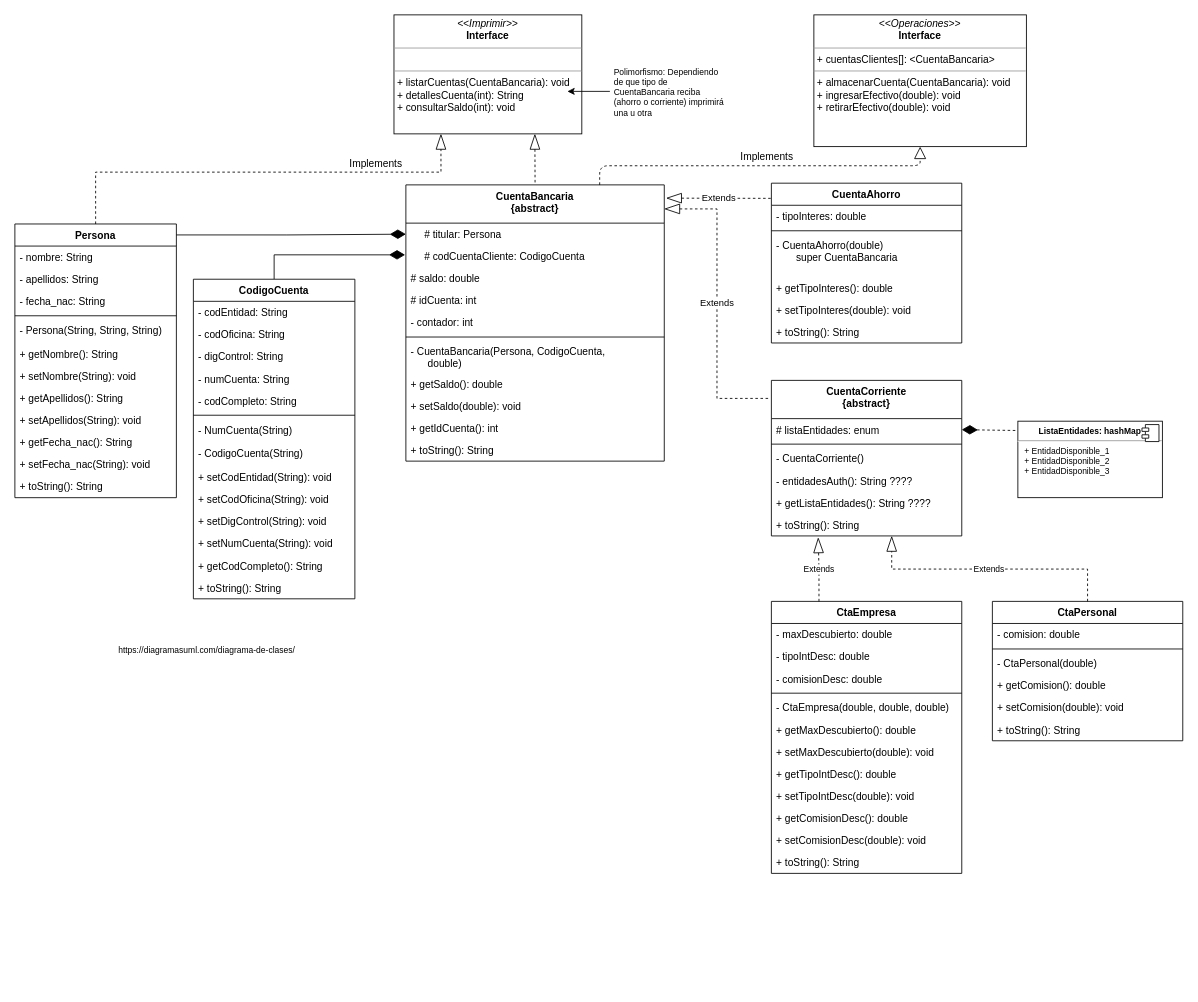
victorvisus/PROG07_Clases-Avanzado keeps this draw.io diagram as PROG07.drawio. Above is the earlier version. Source tidied: cells renumbered, new cells numbered last; positions are measured from the earlier drawing's top-left corner, leaving out a move shared by most shapes. Both pictures are drawn from the tidied source at 85%, with x=0, y=0 at pixel (14, 14).
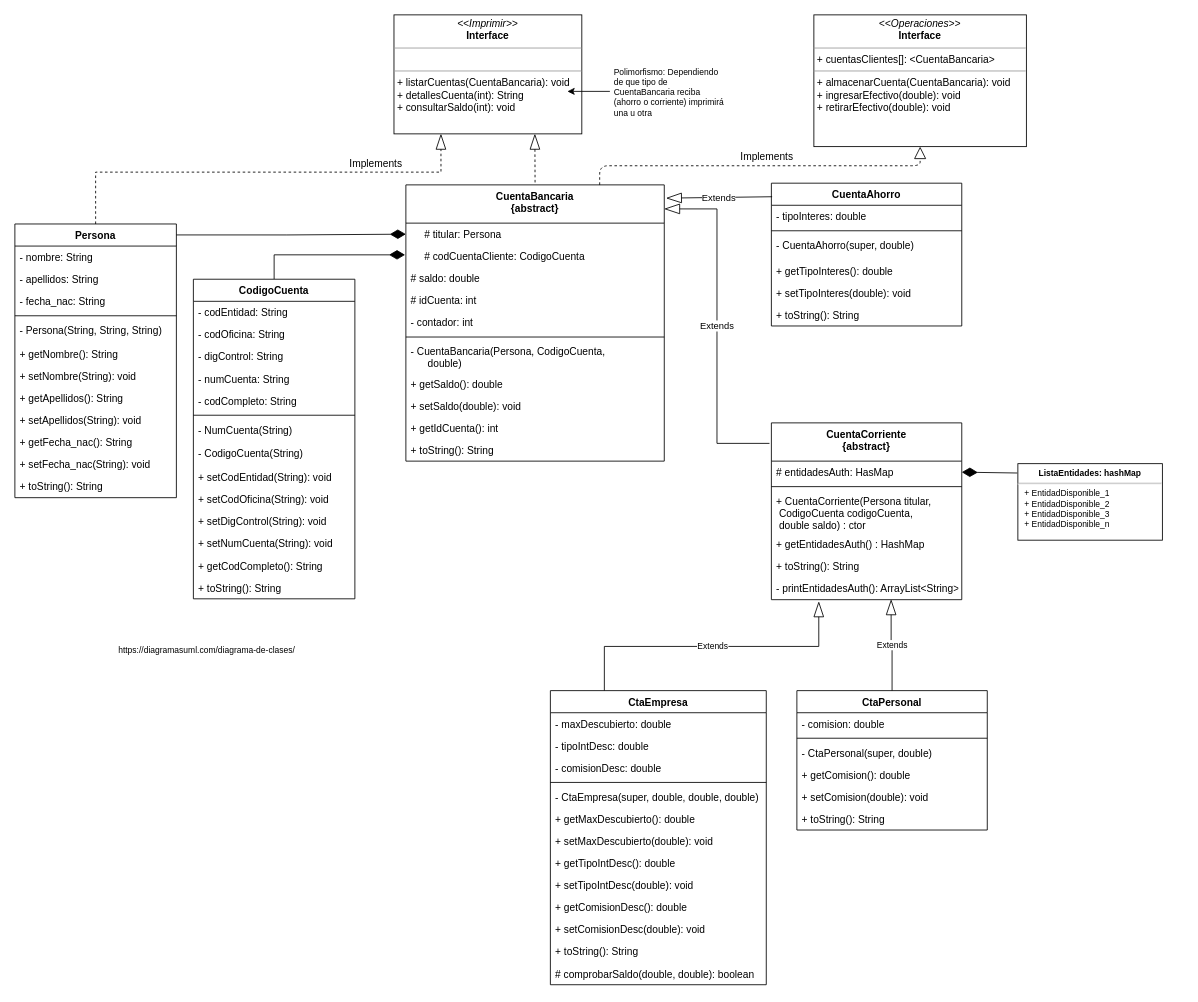
Above is the later version.

The change refers to these unchanged cells:
```xml
<mxCell id="19" value="CuentaBancaria&#10;{abstract}" style="swimlane;fontStyle=1;align=center;verticalAlign=top;horizontal=1;startSize=45;" parent="1" vertex="1">
  <mxGeometry x="460" y="200" width="304" height="325" as="geometry" />
</mxCell>
```

Diff of the diagram source:
```diff
@@
     <mxCell id="47" value="CuentaCorriente&#10;{abstract}" style="swimlane;fontStyle=1;align=center;verticalAlign=top;horizontal=1;startSize=45;" parent="1" vertex="1">
-      <mxGeometry x="890" y="430" width="224" height="183" as="geometry" />
+      <mxGeometry x="890" y="480" width="224" height="208" as="geometry" />
     </mxCell>
-    <mxCell id="48" value="# listaEntidades: enum" style="text;strokeColor=none;fillColor=none;align=left;verticalAlign=top;spacingLeft=4;spacingRight=4;overflow=hidden;points=[[0,0.5],[1,0.5]];portConstraint=eastwest;" parent="47" vertex="1">
+    <mxCell id="48" value="# entidadesAuth: HasMap" style="text;strokeColor=none;fillColor=none;align=left;verticalAlign=top;spacingLeft=4;spacingRight=4;overflow=hidden;points=[[0,0.5],[1,0.5]];portConstraint=eastwest;" parent="47" vertex="1">
       <mxGeometry y="45" width="224" height="26" as="geometry" />
     </mxCell>
@@
-    <mxCell id="50" value="- CuentaCorriente()" style="text;strokeColor=none;fillColor=none;align=left;verticalAlign=top;spacingLeft=4;spacingRight=4;overflow=hidden;" parent="47" vertex="1">
-      <mxGeometry y="79" width="224" height="26" as="geometry" />
+    <mxCell id="50" value="+ CuentaCorriente(Persona titular,&#10; CodigoCuenta codigoCuenta,&#10; double saldo) : ctor" style="text;strokeColor=none;fillColor=none;align=left;verticalAlign=top;spacingLeft=4;spacingRight=4;overflow=hidden;" parent="47" vertex="1">
+      <mxGeometry y="79" width="224" height="51" as="geometry" />
     </mxCell>
-    <mxCell id="51" value="- entidadesAuth(): String ????" style="text;strokeColor=none;fillColor=none;align=left;verticalAlign=top;spacingLeft=4;spacingRight=4;overflow=hidden;points=[[0,0.5],[1,0.5]];portConstraint=eastwest;fontSize=12;" parent="47" vertex="1">
-      <mxGeometry y="105" width="224" height="26" as="geometry" />
-    </mxCell>
-    <mxCell id="52" value="+ getListaEntidades(): String ????" style="text;strokeColor=none;fillColor=none;align=left;verticalAlign=top;spacingLeft=4;spacingRight=4;overflow=hidden;" parent="47" vertex="1">
-      <mxGeometry y="131" width="224" height="26" as="geometry" />
+    <mxCell id="52" value="+ getEntidadesAuth() : HashMap" style="text;strokeColor=none;fillColor=none;align=left;verticalAlign=top;spacingLeft=4;spacingRight=4;overflow=hidden;" parent="47" vertex="1">
+      <mxGeometry y="130" width="224" height="26" as="geometry" />
     </mxCell>
     <mxCell id="53" value="+ toString(): String" style="text;strokeColor=none;fillColor=none;align=left;verticalAlign=top;spacingLeft=4;spacingRight=4;overflow=hidden;points=[[0,0.5],[1,0.5]];portConstraint=eastwest;" parent="47" vertex="1">
-      <mxGeometry y="157" width="224" height="26" as="geometry" />
+      <mxGeometry y="156" width="224" height="26" as="geometry" />
     </mxCell>
+    <mxCell id="51" value="- printEntidadesAuth(): ArrayList&lt;String&gt;" style="text;strokeColor=none;fillColor=none;align=left;verticalAlign=top;spacingLeft=4;spacingRight=4;overflow=hidden;points=[[0,0.5],[1,0.5]];portConstraint=eastwest;fontSize=12;" parent="47" vertex="1">
+      <mxGeometry y="182" width="224" height="26" as="geometry" />
+    </mxCell>
     <mxCell id="54" value="CuentaAhorro" style="swimlane;fontStyle=1;align=center;verticalAlign=top;horizontal=1;startSize=26;" parent="1" vertex="1">
-      <mxGeometry x="890" y="198" width="224" height="188" as="geometry" />
+      <mxGeometry x="890" y="198" width="224" height="168" as="geometry" />
     </mxCell>
@@
-    <mxCell id="57" value="- CuentaAhorro(double)&#10;       super CuentaBancaria" style="text;strokeColor=none;fillColor=none;align=left;verticalAlign=top;spacingLeft=4;spacingRight=4;overflow=hidden;" parent="54" vertex="1">
-      <mxGeometry y="60" width="224" height="50" as="geometry" />
+    <mxCell id="57" value="- CuentaAhorro(super, double)" style="text;strokeColor=none;fillColor=none;align=left;verticalAlign=top;spacingLeft=4;spacingRight=4;overflow=hidden;" parent="54" vertex="1">
+      <mxGeometry y="60" width="224" height="30" as="geometry" />
     </mxCell>
     <mxCell id="58" value="+ getTipoInteres(): double" style="text;strokeColor=none;fillColor=none;align=left;verticalAlign=top;spacingLeft=4;spacingRight=4;overflow=hidden;" parent="54" vertex="1">
-      <mxGeometry y="110" width="224" height="26" as="geometry" />
+      <mxGeometry y="90" width="224" height="26" as="geometry" />
     </mxCell>
     <mxCell id="59" value="+ setTipoInteres(double): void" style="text;strokeColor=none;fillColor=none;align=left;verticalAlign=top;spacingLeft=4;spacingRight=4;overflow=hidden;" parent="54" vertex="1">
-      <mxGeometry y="136" width="224" height="26" as="geometry" />
+      <mxGeometry y="116" width="224" height="26" as="geometry" />
     </mxCell>
-    <mxCell id="60" value="+ toString(): String" style="text;strokeColor=none;fillColor=none;align=left;verticalAlign=top;spacingLeft=4;spacingRight=4;overflow=hidden;" parent="54" vertex="1">
-      <mxGeometry y="162" width="224" height="26" as="geometry" />
+    <mxCell id="60" value="+ toString(): String" style="text;fillColor=none;align=left;verticalAlign=top;spacingLeft=4;spacingRight=4;overflow=hidden;strokeWidth=1;perimeterSpacing=0;" parent="54" vertex="1">
+      <mxGeometry y="142" width="224" height="26" as="geometry" />
     </mxCell>
@@
-    <mxCell id="63" value="Extends" style="endArrow=none;endSize=16;endFill=0;html=1;strokeColor=#000000;strokeWidth=1;fontColor=#000000;rounded=0;exitX=1;exitY=0.087;exitDx=0;exitDy=0;startArrow=blockThin;startFill=0;startSize=16;dashed=1;exitPerimeter=0;edgeStyle=elbowEdgeStyle;entryX=-0.01;entryY=0.116;entryDx=0;entryDy=0;entryPerimeter=0;" parent="1" edge="1" source="19" target="47">
+    <mxCell id="63" value="Extends" style="endArrow=none;endSize=16;endFill=0;html=1;strokeColor=#000000;strokeWidth=1;fontColor=#000000;rounded=0;exitX=1;exitY=0.087;exitDx=0;exitDy=0;startArrow=blockThin;startFill=0;startSize=16;exitPerimeter=0;edgeStyle=elbowEdgeStyle;entryX=-0.01;entryY=0.116;entryDx=0;entryDy=0;entryPerimeter=0;" parent="1" edge="1" source="19" target="47">
       <mxGeometry relative="1" as="geometry" />
     </mxCell>
-    <mxCell id="64" value="Extends" style="endArrow=none;endSize=16;endFill=0;html=1;strokeColor=#000000;strokeWidth=1;fontColor=#000000;rounded=0;elbow=vertical;exitX=1.007;exitY=0.048;exitDx=0;exitDy=0;startArrow=blockThin;startFill=0;startSize=16;dashed=1;exitPerimeter=0;entryX=0.004;entryY=0.095;entryDx=0;entryDy=0;entryPerimeter=0;" parent="1" edge="1" source="19" target="54">
+    <mxCell id="64" value="Extends" style="endArrow=none;endSize=16;endFill=0;html=1;strokeColor=#000000;strokeWidth=1;fontColor=#000000;rounded=0;elbow=vertical;exitX=1.007;exitY=0.048;exitDx=0;exitDy=0;startArrow=blockThin;startFill=0;startSize=16;exitPerimeter=0;entryX=0.004;entryY=0.095;entryDx=0;entryDy=0;entryPerimeter=0;" parent="1" edge="1" source="19" target="54">
       <mxGeometry relative="1" as="geometry" />
     </mxCell>
@@
     <mxCell id="67" value="CtaPersonal" style="swimlane;fontStyle=1;align=center;verticalAlign=top;horizontal=1;startSize=26;" parent="1" vertex="1">
-      <mxGeometry x="1150" y="690" width="224" height="164" as="geometry" />
+      <mxGeometry x="920" y="795" width="224" height="164" as="geometry" />
     </mxCell>
@@
-    <mxCell id="70" value="- CtaPersonal(double)" style="text;strokeColor=none;fillColor=none;align=left;verticalAlign=top;spacingLeft=4;spacingRight=4;overflow=hidden;" parent="67" vertex="1">
+    <mxCell id="70" value="- CtaPersonal(super, double)" style="text;strokeColor=none;fillColor=none;align=left;verticalAlign=top;spacingLeft=4;spacingRight=4;overflow=hidden;" parent="67" vertex="1">
       <mxGeometry y="60" width="224" height="26" as="geometry" />
     </mxCell>
@@
     <mxCell id="74" value="CtaEmpresa" style="swimlane;fontStyle=1;align=center;verticalAlign=top;horizontal=1;startSize=26;" parent="1" vertex="1">
-      <mxGeometry x="890" y="690" width="224" height="320" as="geometry" />
+      <mxGeometry x="630" y="795" width="254" height="346" as="geometry" />
     </mxCell>
     <mxCell id="75" value="- maxDescubierto: double" style="text;strokeColor=none;fillColor=none;align=left;verticalAlign=top;spacingLeft=4;spacingRight=4;overflow=hidden;" parent="74" vertex="1">
-      <mxGeometry y="26" width="224" height="26" as="geometry" />
+      <mxGeometry y="26" width="254" height="26" as="geometry" />
     </mxCell>
     <mxCell id="76" value="- tipoIntDesc: double" style="text;strokeColor=none;fillColor=none;align=left;verticalAlign=top;spacingLeft=4;spacingRight=4;overflow=hidden;" parent="74" vertex="1">
-      <mxGeometry y="52" width="224" height="26" as="geometry" />
+      <mxGeometry y="52" width="254" height="26" as="geometry" />
     </mxCell>
     <mxCell id="77" value="- comisionDesc: double" style="text;strokeColor=none;fillColor=none;align=left;verticalAlign=top;spacingLeft=4;spacingRight=4;overflow=hidden;" parent="74" vertex="1">
-      <mxGeometry y="78" width="224" height="26" as="geometry" />
+      <mxGeometry y="78" width="254" height="26" as="geometry" />
     </mxCell>
     <mxCell id="78" style="line;strokeWidth=1;fillColor=none;align=left;verticalAlign=middle;spacingTop=-1;spacingLeft=3;spacingRight=3;labelPosition=right;" parent="74" vertex="1">
-      <mxGeometry y="104" width="224" height="8" as="geometry" />
+      <mxGeometry y="104" width="254" height="8" as="geometry" />
     </mxCell>
-    <mxCell id="79" value="- CtaEmpresa(double, double, double)" style="text;strokeColor=none;fillColor=none;align=left;verticalAlign=top;spacingLeft=4;spacingRight=4;overflow=hidden;" parent="74" vertex="1">
-      <mxGeometry y="112" width="224" height="26" as="geometry" />
+    <mxCell id="79" value="- CtaEmpresa(super, double, double, double)" style="text;strokeColor=none;fillColor=none;align=left;verticalAlign=top;spacingLeft=4;spacingRight=4;overflow=hidden;" parent="74" vertex="1">
+      <mxGeometry y="112" width="254" height="26" as="geometry" />
     </mxCell>
     <mxCell id="80" value="+ getMaxDescubierto(): double" style="text;strokeColor=none;fillColor=none;align=left;verticalAlign=top;spacingLeft=4;spacingRight=4;overflow=hidden;" parent="74" vertex="1">
-      <mxGeometry y="138" width="224" height="26" as="geometry" />
+      <mxGeometry y="138" width="254" height="26" as="geometry" />
     </mxCell>
     <mxCell id="81" value="+ setMaxDescubierto(double): void" style="text;strokeColor=none;fillColor=none;align=left;verticalAlign=top;spacingLeft=4;spacingRight=4;overflow=hidden;" parent="74" vertex="1">
-      <mxGeometry y="164" width="224" height="26" as="geometry" />
+      <mxGeometry y="164" width="254" height="26" as="geometry" />
     </mxCell>
     <mxCell id="82" value="+ getTipoIntDesc(): double" style="text;strokeColor=none;fillColor=none;align=left;verticalAlign=top;spacingLeft=4;spacingRight=4;overflow=hidden;" parent="74" vertex="1">
-      <mxGeometry y="190" width="224" height="26" as="geometry" />
+      <mxGeometry y="190" width="254" height="26" as="geometry" />
     </mxCell>
     <mxCell id="83" value="+ setTipoIntDesc(double): void" style="text;strokeColor=none;fillColor=none;align=left;verticalAlign=top;spacingLeft=4;spacingRight=4;overflow=hidden;" parent="74" vertex="1">
-      <mxGeometry y="216" width="224" height="26" as="geometry" />
+      <mxGeometry y="216" width="254" height="26" as="geometry" />
     </mxCell>
     <mxCell id="84" value="+ getComisionDesc(): double" style="text;strokeColor=none;fillColor=none;align=left;verticalAlign=top;spacingLeft=4;spacingRight=4;overflow=hidden;" parent="74" vertex="1">
-      <mxGeometry y="242" width="224" height="26" as="geometry" />
+      <mxGeometry y="242" width="254" height="26" as="geometry" />
     </mxCell>
     <mxCell id="85" value="+ setComisionDesc(double): void" style="text;strokeColor=none;fillColor=none;align=left;verticalAlign=top;spacingLeft=4;spacingRight=4;overflow=hidden;" parent="74" vertex="1">
-      <mxGeometry y="268" width="224" height="26" as="geometry" />
+      <mxGeometry y="268" width="254" height="26" as="geometry" />
     </mxCell>
     <mxCell id="86" value="+ toString(): String" style="text;strokeColor=none;fillColor=none;align=left;verticalAlign=top;spacingLeft=4;spacingRight=4;overflow=hidden;" parent="74" vertex="1">
-      <mxGeometry y="294" width="224" height="26" as="geometry" />
+      <mxGeometry y="294" width="254" height="26" as="geometry" />
     </mxCell>
+    <mxCell id="95" value="# comprobarSaldo(double, double): boolean" style="text;strokeColor=none;fillColor=none;align=left;verticalAlign=top;spacingLeft=4;spacingRight=4;overflow=hidden;" parent="74" vertex="1">
+      <mxGeometry y="320" width="254" height="26" as="geometry" />
+    </mxCell>
-    <mxCell id="87" value="Extends" style="endArrow=blockThin;endSize=16;endFill=0;html=1;dashed=1;fontSize=10;exitX=0.25;exitY=0;exitDx=0;exitDy=0;entryX=0.246;entryY=1.066;entryDx=0;entryDy=0;entryPerimeter=0;edgeStyle=elbowEdgeStyle;elbow=vertical;rounded=0;" parent="1" edge="1" source="74" target="53">
+    <mxCell id="87" value="Extends" style="endArrow=blockThin;endSize=16;endFill=0;html=1;fontSize=10;exitX=0.25;exitY=0;exitDx=0;exitDy=0;edgeStyle=elbowEdgeStyle;elbow=vertical;rounded=0;entryX=0.249;entryY=1.079;entryDx=0;entryDy=0;entryPerimeter=0;" parent="1" edge="1" source="74" target="51">
       <mxGeometry relative="1" as="geometry" />
     </mxCell>
-    <mxCell id="88" value="Extends" style="endArrow=blockThin;endSize=16;endFill=0;html=1;dashed=1;strokeColor=#000000;fontSize=10;entryX=0.632;entryY=1;entryDx=0;entryDy=0;entryPerimeter=0;exitX=0.5;exitY=0;exitDx=0;exitDy=0;edgeStyle=elbowEdgeStyle;elbow=vertical;rounded=0;" parent="1" edge="1" source="67" target="53">
+    <mxCell id="88" value="Extends" style="endArrow=blockThin;endSize=16;endFill=0;html=1;strokeColor=#000000;fontSize=10;exitX=0.5;exitY=0;exitDx=0;exitDy=0;edgeStyle=elbowEdgeStyle;elbow=vertical;rounded=0;entryX=0.629;entryY=0.987;entryDx=0;entryDy=0;entryPerimeter=0;" parent="1" edge="1" source="67" target="51">
       <mxGeometry relative="1" as="geometry" />
     </mxCell>
-    <mxCell id="89" value="&lt;p style=&quot;margin: 0px ; margin-top: 6px ; text-align: center&quot;&gt;&lt;b&gt;ListaEntidades: hashMap&lt;/b&gt;&lt;/p&gt;&lt;hr&gt;&lt;p style=&quot;margin: 0px ; margin-left: 8px&quot;&gt;+ EntidadDisponible_1&lt;/p&gt;&lt;p style=&quot;margin: 0px ; margin-left: 8px&quot;&gt;+ EntidadDisponible_2&lt;br&gt;&lt;/p&gt;&lt;p style=&quot;margin: 0px ; margin-left: 8px&quot;&gt;+ EntidadDisponible_3&lt;br&gt;&lt;/p&gt;" style="align=left;overflow=fill;html=1;fontSize=10;" parent="1" vertex="1">
-      <mxGeometry x="1180" y="478" width="170" height="90" as="geometry" />
+    <mxCell id="89" value="&lt;p style=&quot;margin: 0px ; margin-top: 6px ; text-align: center&quot;&gt;&lt;b&gt;ListaEntidades: hashMap&lt;/b&gt;&lt;/p&gt;&lt;hr&gt;&lt;p style=&quot;margin: 0px ; margin-left: 8px&quot;&gt;+ EntidadDisponible_1&lt;/p&gt;&lt;p style=&quot;margin: 0px ; margin-left: 8px&quot;&gt;+ EntidadDisponible_2&lt;br&gt;&lt;/p&gt;&lt;p style=&quot;margin: 0px ; margin-left: 8px&quot;&gt;+ EntidadDisponible_3&lt;br&gt;&lt;/p&gt;&lt;p style=&quot;margin: 0px ; margin-left: 8px&quot;&gt;+ EntidadDisponible_n&lt;/p&gt;" style="align=left;overflow=fill;html=1;fontSize=10;" parent="1" vertex="1">
+      <mxGeometry x="1180" y="528" width="170" height="90" as="geometry" />
     </mxCell>
-    <mxCell id="90" style="shape=component;jettyWidth=8;jettyHeight=4;" parent="89" vertex="1">
-      <mxGeometry x="1" width="20" height="20" relative="1" as="geometry">
-        <mxPoint x="-24" y="4" as="offset" />
-      </mxGeometry>
-    </mxCell>
-    <mxCell id="91" style="endArrow=none;endFill=0;endSize=16;html=1;dashed=1;strokeColor=#000000;fontSize=10;entryX=-0.004;entryY=0.122;entryDx=0;entryDy=0;entryPerimeter=0;exitX=1;exitY=0.5;exitDx=0;exitDy=0;startSize=16;startArrow=diamondThin;startFill=1;" parent="1" edge="1" source="48" target="89">
+    <mxCell id="91" style="endArrow=none;endFill=0;endSize=16;html=1;strokeColor=#000000;fontSize=10;entryX=-0.004;entryY=0.122;entryDx=0;entryDy=0;entryPerimeter=0;exitX=1;exitY=0.5;exitDx=0;exitDy=0;startSize=16;startArrow=diamondThin;startFill=1;" parent="1" edge="1" source="48" target="89">
       <mxGeometry relative="1" as="geometry" />
     </mxCell>
```
